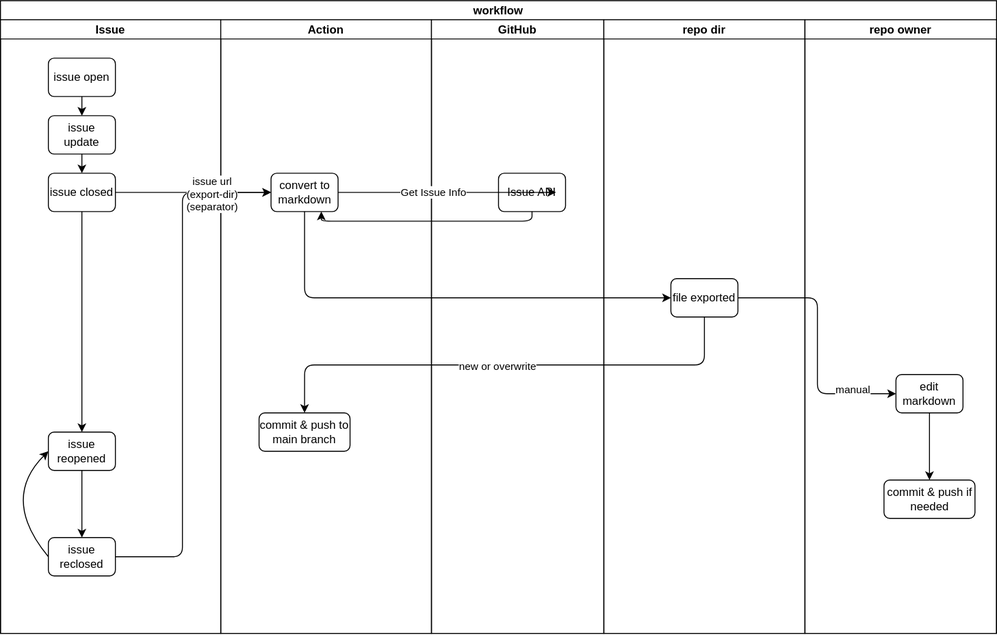
The draw.io diagram docs/design.drawio.svg in go-zen-chu/issue2md, before a commit. Source tidied: cells renumbered, new cells last; positions are measured from the earlier drawing's top-left corner, leaving out a move shared by most shapes.
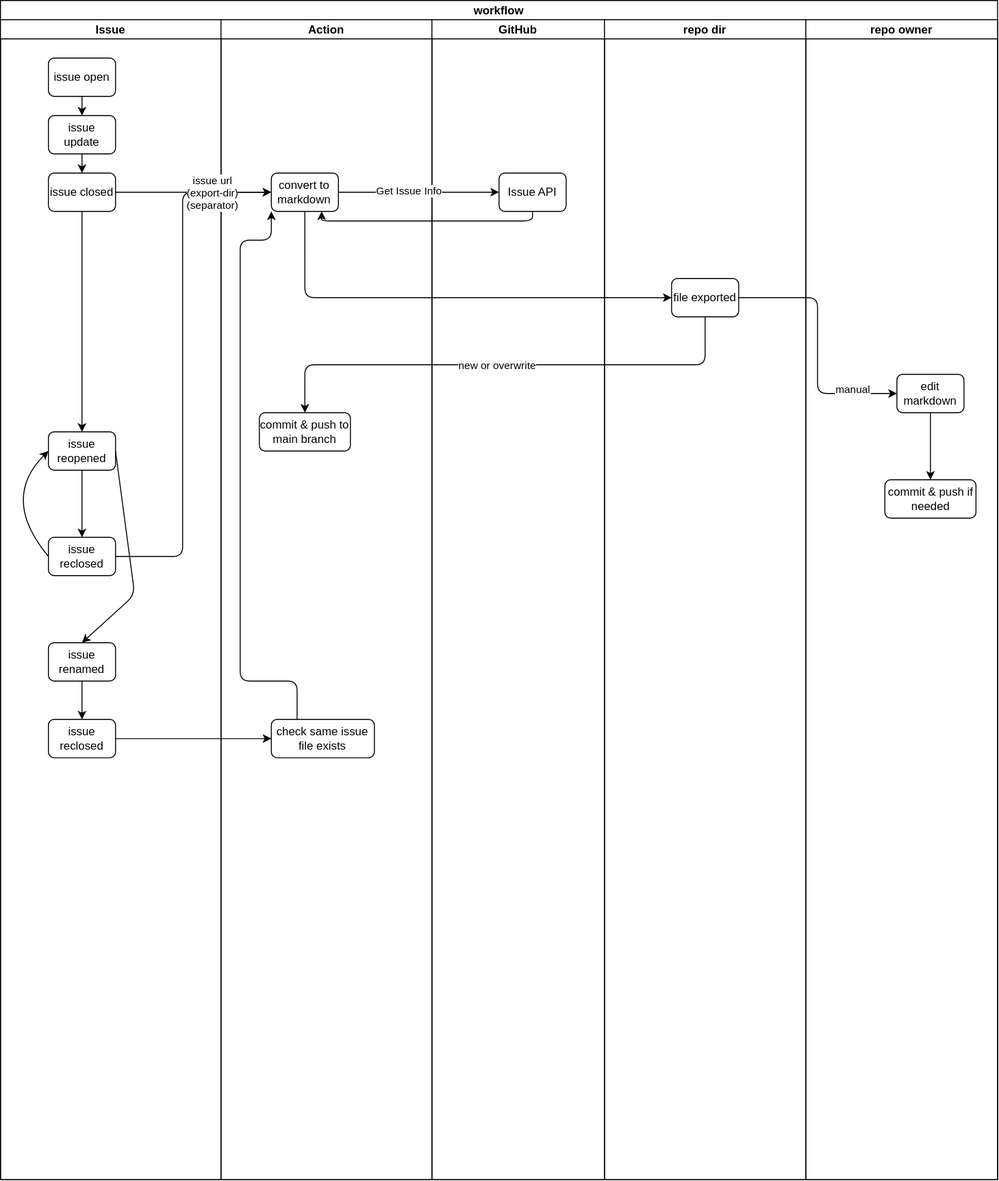
After the commit.

What changed in the source:
```diff
@@ -3,10 +3,10 @@
     <mxCell id="0" />
     <mxCell id="1" parent="0" />
     <mxCell id="2" value="workflow" style="swimlane;startSize=20;" parent="1" vertex="1">
-      <mxGeometry width="1040" height="660" as="geometry" />
+      <mxGeometry width="1040" height="1230" as="geometry" />
     </mxCell>
     <mxCell id="3" value="Issue" style="swimlane;startSize=20;" parent="2" vertex="1">
-      <mxGeometry y="20" width="230" height="640" as="geometry" />
+      <mxGeometry y="20" width="230" height="1210" as="geometry" />
     </mxCell>
     <mxCell id="4" style="edgeStyle=none;html=1;exitX=0.5;exitY=1;exitDx=0;exitDy=0;" parent="3" edge="1" source="5" target="7">
       <mxGeometry relative="1" as="geometry" />
@@ -42,8 +42,24 @@
         </Array>
       </mxGeometry>
     </mxCell>
+    <mxCell id="36" value="issue renamed" style="rounded=1;whiteSpace=wrap;html=1;" parent="3" vertex="1">
+      <mxGeometry x="50" y="650" width="70" height="40" as="geometry" />
+    </mxCell>
+    <mxCell id="37" style="edgeStyle=none;html=1;exitX=1;exitY=0.5;exitDx=0;exitDy=0;entryX=0.5;entryY=0;entryDx=0;entryDy=0;" parent="3" edge="1" source="11" target="36">
+      <mxGeometry relative="1" as="geometry">
+        <Array as="points">
+          <mxPoint x="140" y="600" />
+        </Array>
+      </mxGeometry>
+    </mxCell>
+    <mxCell id="38" value="issue reclosed" style="rounded=1;whiteSpace=wrap;html=1;" parent="3" vertex="1">
+      <mxGeometry x="50" y="730" width="70" height="40" as="geometry" />
+    </mxCell>
+    <mxCell id="39" style="edgeStyle=none;html=1;entryX=0.5;entryY=0;entryDx=0;entryDy=0;exitX=0.5;exitY=1;exitDx=0;exitDy=0;" parent="3" edge="1" source="36" target="38">
+      <mxGeometry relative="1" as="geometry" />
+    </mxCell>
     <mxCell id="14" value="Action" style="swimlane;startSize=20;" parent="2" vertex="1">
-      <mxGeometry x="230" y="20" width="220" height="640" as="geometry" />
+      <mxGeometry x="230" y="20" width="220" height="1210" as="geometry" />
     </mxCell>
     <mxCell id="15" value="convert to markdown" style="rounded=1;whiteSpace=wrap;html=1;" parent="14" vertex="1">
       <mxGeometry x="52.5" y="160" width="70" height="40" as="geometry" />
@@ -51,20 +67,33 @@
     <mxCell id="16" value="commit &amp;amp; push to main branch" style="rounded=1;whiteSpace=wrap;html=1;" parent="14" vertex="1">
       <mxGeometry x="40" y="410" width="95" height="40" as="geometry" />
     </mxCell>
+    <mxCell id="40" value="check same issue file exists" style="rounded=1;whiteSpace=wrap;html=1;" parent="14" vertex="1">
+      <mxGeometry x="52.5" y="730" width="107.5" height="40" as="geometry" />
+    </mxCell>
+    <mxCell id="41" style="edgeStyle=orthogonalEdgeStyle;html=1;exitX=0.25;exitY=0;exitDx=0;exitDy=0;entryX=0;entryY=1;entryDx=0;entryDy=0;" parent="14" edge="1" source="40" target="15">
+      <mxGeometry relative="1" as="geometry">
+        <Array as="points">
+          <mxPoint x="79" y="690" />
+          <mxPoint x="20" y="690" />
+          <mxPoint x="20" y="230" />
+          <mxPoint x="53" y="230" />
+        </Array>
+      </mxGeometry>
+    </mxCell>
     <mxCell id="17" value="GitHub" style="swimlane;startSize=20;" parent="2" vertex="1">
-      <mxGeometry x="450" y="20" width="180" height="640" as="geometry" />
+      <mxGeometry x="450" y="20" width="180" height="1210" as="geometry" />
     </mxCell>
     <mxCell id="18" value="Issue API" style="rounded=1;whiteSpace=wrap;html=1;" parent="17" vertex="1">
       <mxGeometry x="70" y="160" width="70" height="40" as="geometry" />
     </mxCell>
     <mxCell id="19" value="repo dir" style="swimlane;startSize=20;" parent="2" vertex="1">
-      <mxGeometry x="630" y="20" width="210" height="640" as="geometry" />
+      <mxGeometry x="630" y="20" width="210" height="1210" as="geometry" />
     </mxCell>
     <mxCell id="20" value="file exported" style="rounded=1;whiteSpace=wrap;html=1;" parent="19" vertex="1">
       <mxGeometry x="70" y="270" width="70" height="40" as="geometry" />
     </mxCell>
     <mxCell id="21" value="repo owner" style="swimlane;startSize=20;" parent="2" vertex="1">
-      <mxGeometry x="840" y="20" width="200" height="640" as="geometry" />
+      <mxGeometry x="840" y="20" width="200" height="1210" as="geometry" />
     </mxCell>
     <mxCell id="22" style="edgeStyle=none;html=1;exitX=0.5;exitY=1;exitDx=0;exitDy=0;entryX=0.5;entryY=0;entryDx=0;entryDy=0;" parent="21" edge="1" source="23" target="24">
       <mxGeometry relative="1" as="geometry" />
@@ -88,10 +117,8 @@
     <mxCell id="27" value="issue url&lt;br&gt;(export-dir)&lt;br&gt;(separator)" style="edgeLabel;html=1;align=center;verticalAlign=middle;" parent="26" vertex="1">
       <mxGeometry x="0.77" y="-1" relative="1" as="geometry" />
     </mxCell>
-    <mxCell id="28" style="edgeStyle=none;html=1;exitX=1;exitY=0.5;exitDx=0;exitDy=0;" parent="2" edge="1" source="15">
-      <mxGeometry relative="1" as="geometry">
-        <mxPoint x="580" y="200" as="targetPoint" />
-      </mxGeometry>
+    <mxCell id="28" style="edgeStyle=none;html=1;exitX=1;exitY=0.5;exitDx=0;exitDy=0;" parent="2" edge="1" source="15" target="18">
+      <mxGeometry relative="1" as="geometry" />
     </mxCell>
     <mxCell id="29" value="Get Issue Info" style="edgeLabel;html=1;align=center;verticalAlign=middle;" parent="28" vertex="1">
       <mxGeometry x="-0.13" y="1" relative="1" as="geometry" />
@@ -116,5 +143,8 @@
     <mxCell id="35" style="edgeStyle=orthogonalEdgeStyle;html=1;exitX=0.5;exitY=1;exitDx=0;exitDy=0;entryX=0;entryY=0.5;entryDx=0;entryDy=0;" parent="2" edge="1" source="15" target="20">
       <mxGeometry relative="1" as="geometry" />
     </mxCell>
+    <mxCell id="42" style="edgeStyle=none;html=1;exitX=1;exitY=0.5;exitDx=0;exitDy=0;entryX=0;entryY=0.5;entryDx=0;entryDy=0;" parent="2" edge="1" source="38" target="40">
+      <mxGeometry relative="1" as="geometry" />
+    </mxCell>
   </root>
 </mxGraphModel>
```
